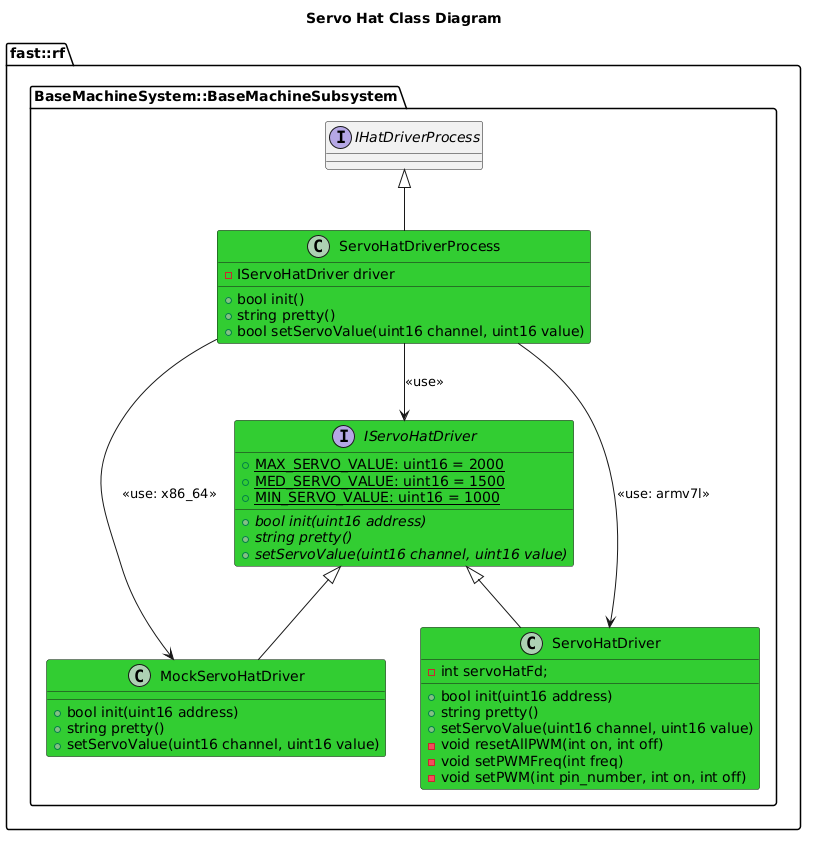
Before: Systems/BaseMachine/Subsystems/BaseMachine/Processes/HatDriver/doc/ProcessImplementations/puml/ServoHatClassDiagram.png, a diagram exported from PlantUML (fastrobotics/robot_framework).
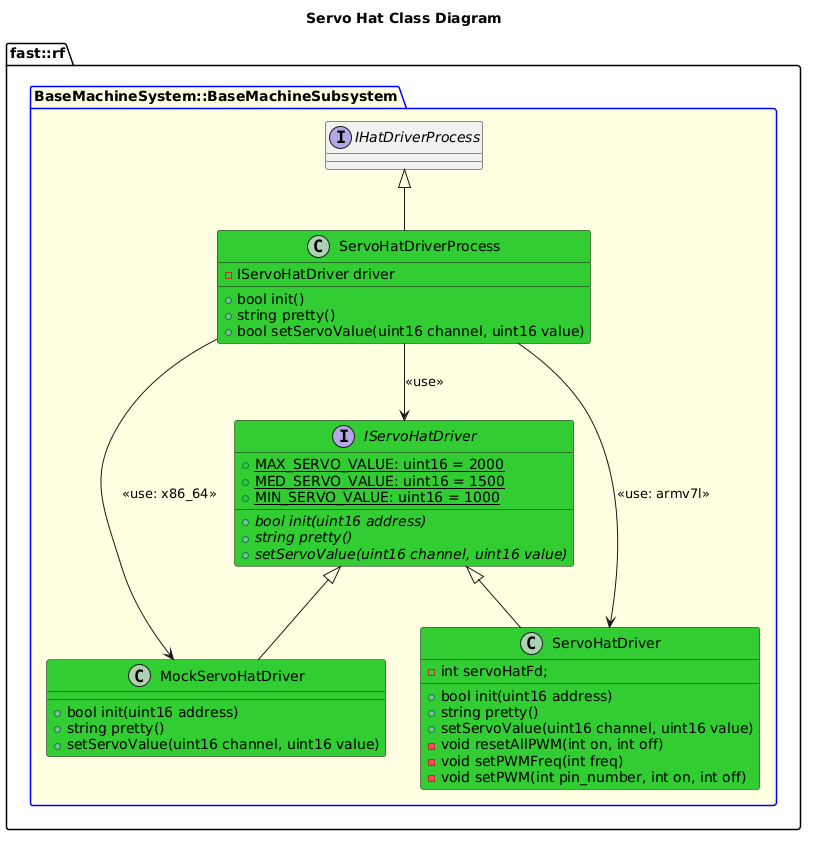
Above is the later version.

The edit, as a diff of the source:
```diff
@@ -1,7 +1,7 @@
 @startuml
 title Servo Hat Class Diagram
 namespace fast::rf {
-    namespace BaseMachineSystem::BaseMachineSubsystem {
+    package BaseMachineSystem::BaseMachineSubsystem  #LightYellow;line:blue {
         interface IHatDriverProcess
         interface IServoHatDriver #LimeGreen {
             +{static} MAX_SERVO_VALUE: uint16 = 2000
```
